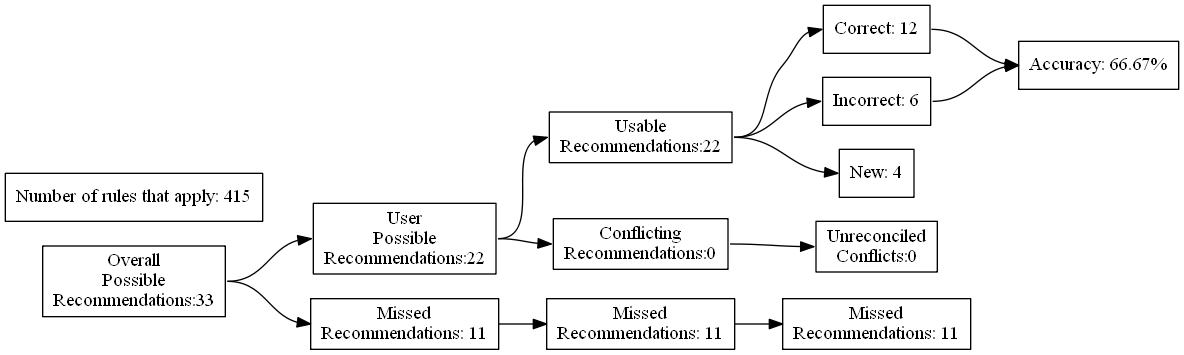
Above: test_renders/62.gv.png in ZaxR/ibd_diet_analysis (Graphviz), before the change. Its source is kept beside it as test_renders/62.gv.
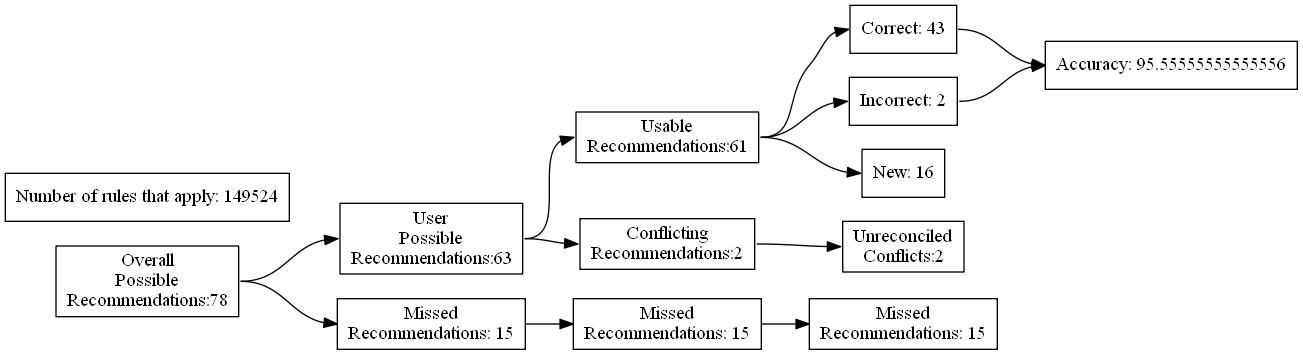
The same diagram one commit later.

What changed in the source:
```diff
@@ -4,27 +4,27 @@
 	edge [headport=w tailport=e]
 		A [label="Overall
 Possible
-Recommendations:33"]
+Recommendations:78"]
 		B [label="User
 Possible
-Recommendations:22"]
+Recommendations:63"]
 		C [label="Missed
-Recommendations: 11"]
+Recommendations: 15"]
 		D [label="Usable
-Recommendations:22"]
+Recommendations:61"]
 		E [label="Conflicting
-Recommendations:0"]
+Recommendations:2"]
 		J [label="Missed
-Recommendations: 11"]
+Recommendations: 15"]
 		M [label="Unreconciled
-Conflicts:0"]
-		F [label="Correct: 12"]
-		G [label="Incorrect: 6"]
-		H [label="New: 4"]
+Conflicts:2"]
+		F [label="Correct: 43"]
+		G [label="Incorrect: 2"]
+		H [label="New: 16"]
 		K [label="Missed
-Recommendations: 11"]
-		I [label="Accuracy: 66.67%"]
-		l [label="Number of rules that apply: 415"]
+Recommendations: 15"]
+		I [label="Accuracy: 95.55555555555556"]
+		l [label="Number of rules that apply: 149524"]
 			A -> B
 			A -> C
 			B -> D
```
